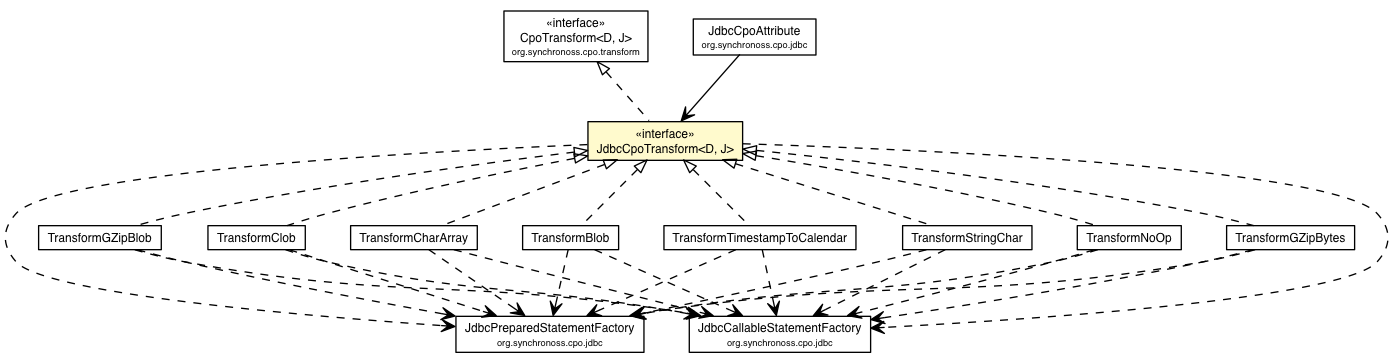
Before: site/apidocs/org/synchronoss/cpo/transform/jdbc/JdbcCpoTransform.png, a diagram exported from Graphviz (synchronoss/cpo-api). Its source is kept beside it as site/apidocs/org/synchronoss/cpo/transform/jdbc/JdbcCpoTransform.dot.
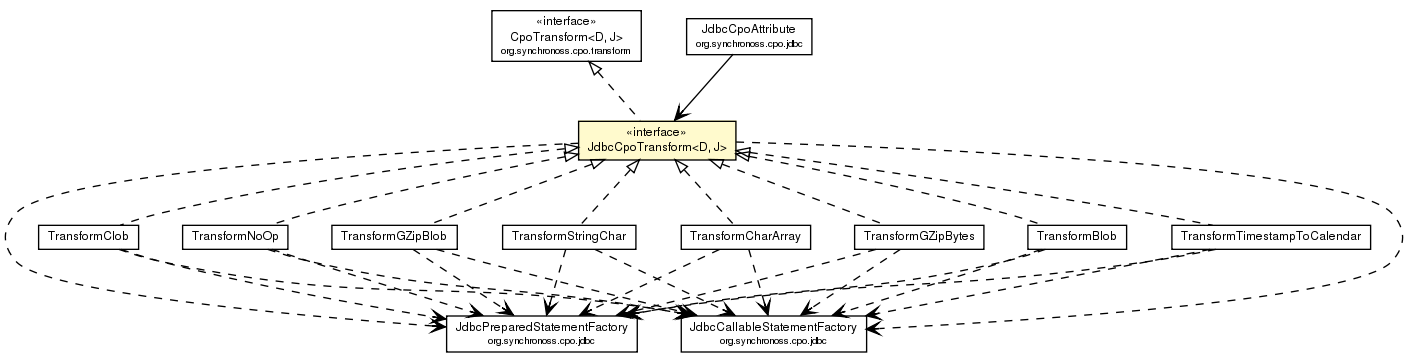
Above is the later version.

What changed in the source:
```diff
@@ -2,103 +2,103 @@
 digraph G {
 	edge [fontname="Helvetica",fontsize=10,labelfontname="Helvetica",labelfontsize=10];
 	node [fontname="Helvetica",fontsize=10,shape=plaintext];
-	c39683 [label=<<table border="0" cellborder="1" cellspacing="0" cellpadding="2" port="p" href="../CpoTransform.html">
+	c34113 [label=<<table border="0" cellborder="1" cellspacing="0" cellpadding="2" port="p" href="../CpoTransform.html">
 		<tr><td><table border="0" cellspacing="0" cellpadding="1">
 			<tr><td> &laquo;interface&raquo; </td></tr>
 			<tr><td> CpoTransform&lt;D, J&gt; </td></tr>
 			<tr><td><font point-size="7.0"> org.synchronoss.cpo.transform </font></td></tr>
 		</table></td></tr>
 		</table>>, fontname="Helvetica", fontcolor="black", fontsize=9.0];
-	c39737 [label=<<table border="0" cellborder="1" cellspacing="0" cellpadding="2" port="p" href="../../jdbc/JdbcPreparedStatementFactory.html">
+	c34173 [label=<<table border="0" cellborder="1" cellspacing="0" cellpadding="2" port="p" href="./TransformCharArray.html">
+		<tr><td><table border="0" cellspacing="0" cellpadding="1">
+			<tr><td> TransformCharArray </td></tr>
+		</table></td></tr>
+		</table>>, fontname="Helvetica", fontcolor="black", fontsize=9.0];
+	c34174 [label=<<table border="0" cellborder="1" cellspacing="0" cellpadding="2" port="p" href="./TransformGZipBytes.html">
+		<tr><td><table border="0" cellspacing="0" cellpadding="1">
+			<tr><td> TransformGZipBytes </td></tr>
+		</table></td></tr>
+		</table>>, fontname="Helvetica", fontcolor="black", fontsize=9.0];
+	c34175 [label=<<table border="0" cellborder="1" cellspacing="0" cellpadding="2" port="p" bgcolor="lemonChiffon" href="./JdbcCpoTransform.html">
+		<tr><td><table border="0" cellspacing="0" cellpadding="1">
+			<tr><td> &laquo;interface&raquo; </td></tr>
+			<tr><td> JdbcCpoTransform&lt;D, J&gt; </td></tr>
+		</table></td></tr>
+		</table>>, fontname="Helvetica", fontcolor="black", fontsize=9.0];
+	c34176 [label=<<table border="0" cellborder="1" cellspacing="0" cellpadding="2" port="p" href="./TransformBlob.html">
+		<tr><td><table border="0" cellspacing="0" cellpadding="1">
+			<tr><td> TransformBlob </td></tr>
+		</table></td></tr>
+		</table>>, fontname="Helvetica", fontcolor="black", fontsize=9.0];
+	c34177 [label=<<table border="0" cellborder="1" cellspacing="0" cellpadding="2" port="p" href="./TransformTimestampToCalendar.html">
+		<tr><td><table border="0" cellspacing="0" cellpadding="1">
+			<tr><td> TransformTimestampToCalendar </td></tr>
+		</table></td></tr>
+		</table>>, fontname="Helvetica", fontcolor="black", fontsize=9.0];
+	c34178 [label=<<table border="0" cellborder="1" cellspacing="0" cellpadding="2" port="p" href="./TransformClob.html">
+		<tr><td><table border="0" cellspacing="0" cellpadding="1">
+			<tr><td> TransformClob </td></tr>
+		</table></td></tr>
+		</table>>, fontname="Helvetica", fontcolor="black", fontsize=9.0];
+	c34179 [label=<<table border="0" cellborder="1" cellspacing="0" cellpadding="2" port="p" href="./TransformNoOp.html">
+		<tr><td><table border="0" cellspacing="0" cellpadding="1">
+			<tr><td> TransformNoOp </td></tr>
+		</table></td></tr>
+		</table>>, fontname="Helvetica", fontcolor="black", fontsize=9.0];
+	c34180 [label=<<table border="0" cellborder="1" cellspacing="0" cellpadding="2" port="p" href="./TransformGZipBlob.html">
+		<tr><td><table border="0" cellspacing="0" cellpadding="1">
+			<tr><td> TransformGZipBlob </td></tr>
+		</table></td></tr>
+		</table>>, fontname="Helvetica", fontcolor="black", fontsize=9.0];
+	c34181 [label=<<table border="0" cellborder="1" cellspacing="0" cellpadding="2" port="p" href="./TransformStringChar.html">
+		<tr><td><table border="0" cellspacing="0" cellpadding="1">
+			<tr><td> TransformStringChar </td></tr>
+		</table></td></tr>
+		</table>>, fontname="Helvetica", fontcolor="black", fontsize=9.0];
+	c34188 [label=<<table border="0" cellborder="1" cellspacing="0" cellpadding="2" port="p" href="../../jdbc/JdbcPreparedStatementFactory.html">
 		<tr><td><table border="0" cellspacing="0" cellpadding="1">
 			<tr><td> JdbcPreparedStatementFactory </td></tr>
 			<tr><td><font point-size="7.0"> org.synchronoss.cpo.jdbc </font></td></tr>
 		</table></td></tr>
 		</table>>, fontname="Helvetica", fontcolor="black", fontsize=9.0];
-	c39741 [label=<<table border="0" cellborder="1" cellspacing="0" cellpadding="2" port="p" href="../../jdbc/JdbcCpoAttribute.html">
+	c34194 [label=<<table border="0" cellborder="1" cellspacing="0" cellpadding="2" port="p" href="../../jdbc/JdbcCallableStatementFactory.html">
+		<tr><td><table border="0" cellspacing="0" cellpadding="1">
+			<tr><td> JdbcCallableStatementFactory </td></tr>
+			<tr><td><font point-size="7.0"> org.synchronoss.cpo.jdbc </font></td></tr>
+		</table></td></tr>
+		</table>>, fontname="Helvetica", fontcolor="black", fontsize=9.0];
+	c34195 [label=<<table border="0" cellborder="1" cellspacing="0" cellpadding="2" port="p" href="../../jdbc/JdbcCpoAttribute.html">
 		<tr><td><table border="0" cellspacing="0" cellpadding="1">
 			<tr><td> JdbcCpoAttribute </td></tr>
 			<tr><td><font point-size="7.0"> org.synchronoss.cpo.jdbc </font></td></tr>
 		</table></td></tr>
 		</table>>, fontname="Helvetica", fontcolor="black", fontsize=9.0];
-	c39744 [label=<<table border="0" cellborder="1" cellspacing="0" cellpadding="2" port="p" href="../../jdbc/JdbcCallableStatementFactory.html">
-		<tr><td><table border="0" cellspacing="0" cellpadding="1">
-			<tr><td> JdbcCallableStatementFactory </td></tr>
-			<tr><td><font point-size="7.0"> org.synchronoss.cpo.jdbc </font></td></tr>
-		</table></td></tr>
-		</table>>, fontname="Helvetica", fontcolor="black", fontsize=9.0];
-	c39756 [label=<<table border="0" cellborder="1" cellspacing="0" cellpadding="2" port="p" href="./TransformTimestampToCalendar.html">
-		<tr><td><table border="0" cellspacing="0" cellpadding="1">
-			<tr><td> TransformTimestampToCalendar </td></tr>
-		</table></td></tr>
-		</table>>, fontname="Helvetica", fontcolor="black", fontsize=9.0];
-	c39757 [label=<<table border="0" cellborder="1" cellspacing="0" cellpadding="2" port="p" href="./TransformStringChar.html">
-		<tr><td><table border="0" cellspacing="0" cellpadding="1">
-			<tr><td> TransformStringChar </td></tr>
-		</table></td></tr>
-		</table>>, fontname="Helvetica", fontcolor="black", fontsize=9.0];
-	c39758 [label=<<table border="0" cellborder="1" cellspacing="0" cellpadding="2" port="p" href="./TransformNoOp.html">
-		<tr><td><table border="0" cellspacing="0" cellpadding="1">
-			<tr><td> TransformNoOp </td></tr>
-		</table></td></tr>
-		</table>>, fontname="Helvetica", fontcolor="black", fontsize=9.0];
-	c39759 [label=<<table border="0" cellborder="1" cellspacing="0" cellpadding="2" port="p" href="./TransformGZipBytes.html">
-		<tr><td><table border="0" cellspacing="0" cellpadding="1">
-			<tr><td> TransformGZipBytes </td></tr>
-		</table></td></tr>
-		</table>>, fontname="Helvetica", fontcolor="black", fontsize=9.0];
-	c39760 [label=<<table border="0" cellborder="1" cellspacing="0" cellpadding="2" port="p" href="./TransformGZipBlob.html">
-		<tr><td><table border="0" cellspacing="0" cellpadding="1">
-			<tr><td> TransformGZipBlob </td></tr>
-		</table></td></tr>
-		</table>>, fontname="Helvetica", fontcolor="black", fontsize=9.0];
-	c39761 [label=<<table border="0" cellborder="1" cellspacing="0" cellpadding="2" port="p" href="./TransformClob.html">
-		<tr><td><table border="0" cellspacing="0" cellpadding="1">
-			<tr><td> TransformClob </td></tr>
-		</table></td></tr>
-		</table>>, fontname="Helvetica", fontcolor="black", fontsize=9.0];
-	c39762 [label=<<table border="0" cellborder="1" cellspacing="0" cellpadding="2" port="p" href="./TransformCharArray.html">
-		<tr><td><table border="0" cellspacing="0" cellpadding="1">
-			<tr><td> TransformCharArray </td></tr>
-		</table></td></tr>
-		</table>>, fontname="Helvetica", fontcolor="black", fontsize=9.0];
-	c39763 [label=<<table border="0" cellborder="1" cellspacing="0" cellpadding="2" port="p" href="./TransformBlob.html">
-		<tr><td><table border="0" cellspacing="0" cellpadding="1">
-			<tr><td> TransformBlob </td></tr>
-		</table></td></tr>
-		</table>>, fontname="Helvetica", fontcolor="black", fontsize=9.0];
-	c39766 [label=<<table border="0" cellborder="1" cellspacing="0" cellpadding="2" port="p" bgcolor="lemonChiffon" href="./JdbcCpoTransform.html">
-		<tr><td><table border="0" cellspacing="0" cellpadding="1">
-			<tr><td> &laquo;interface&raquo; </td></tr>
-			<tr><td> JdbcCpoTransform&lt;D, J&gt; </td></tr>
-		</table></td></tr>
-		</table>>, fontname="Helvetica", fontcolor="black", fontsize=9.0];
-	c39766:p -> c39756:p [dir=back,arrowtail=empty,style=dashed];
-	c39766:p -> c39757:p [dir=back,arrowtail=empty,style=dashed];
-	c39766:p -> c39758:p [dir=back,arrowtail=empty,style=dashed];
-	c39766:p -> c39759:p [dir=back,arrowtail=empty,style=dashed];
-	c39766:p -> c39760:p [dir=back,arrowtail=empty,style=dashed];
-	c39766:p -> c39761:p [dir=back,arrowtail=empty,style=dashed];
-	c39766:p -> c39762:p [dir=back,arrowtail=empty,style=dashed];
-	c39766:p -> c39763:p [dir=back,arrowtail=empty,style=dashed];
-	c39683:p -> c39766:p [dir=back,arrowtail=empty,style=dashed];
-	c39741:p -> c39766:p [taillabel="", label="", headlabel="", fontname="Helvetica", fontcolor="black", fontsize=10.0, color="black", arrowhead=open];
-	c39756:p -> c39744:p [taillabel="", label="", headlabel="", fontname="Helvetica", fontcolor="black", fontsize=10.0, color="black", arrowhead=open, style=dashed];
-	c39756:p -> c39737:p [taillabel="", label="", headlabel="", fontname="Helvetica", fontcolor="black", fontsize=10.0, color="black", arrowhead=open, style=dashed];
-	c39757:p -> c39744:p [taillabel="", label="", headlabel="", fontname="Helvetica", fontcolor="black", fontsize=10.0, color="black", arrowhead=open, style=dashed];
-	c39757:p -> c39737:p [taillabel="", label="", headlabel="", fontname="Helvetica", fontcolor="black", fontsize=10.0, color="black", arrowhead=open, style=dashed];
-	c39758:p -> c39744:p [taillabel="", label="", headlabel="", fontname="Helvetica", fontcolor="black", fontsize=10.0, color="black", arrowhead=open, style=dashed];
-	c39758:p -> c39737:p [taillabel="", label="", headlabel="", fontname="Helvetica", fontcolor="black", fontsize=10.0, color="black", arrowhead=open, style=dashed];
-	c39759:p -> c39744:p [taillabel="", label="", headlabel="", fontname="Helvetica", fontcolor="black", fontsize=10.0, color="black", arrowhead=open, style=dashed];
-	c39759:p -> c39737:p [taillabel="", label="", headlabel="", fontname="Helvetica", fontcolor="black", fontsize=10.0, color="black", arrowhead=open, style=dashed];
-	c39760:p -> c39744:p [taillabel="", label="", headlabel="", fontname="Helvetica", fontcolor="black", fontsize=10.0, color="black", arrowhead=open, style=dashed];
-	c39760:p -> c39737:p [taillabel="", label="", headlabel="", fontname="Helvetica", fontcolor="black", fontsize=10.0, color="black", arrowhead=open, style=dashed];
-	c39761:p -> c39744:p [taillabel="", label="", headlabel="", fontname="Helvetica", fontcolor="black", fontsize=10.0, color="black", arrowhead=open, style=dashed];
-	c39761:p -> c39737:p [taillabel="", label="", headlabel="", fontname="Helvetica", fontcolor="black", fontsize=10.0, color="black", arrowhead=open, style=dashed];
-	c39762:p -> c39744:p [taillabel="", label="", headlabel="", fontname="Helvetica", fontcolor="black", fontsize=10.0, color="black", arrowhead=open, style=dashed];
-	c39762:p -> c39737:p [taillabel="", label="", headlabel="", fontname="Helvetica", fontcolor="black", fontsize=10.0, color="black", arrowhead=open, style=dashed];
-	c39763:p -> c39744:p [taillabel="", label="", headlabel="", fontname="Helvetica", fontcolor="black", fontsize=10.0, color="black", arrowhead=open, style=dashed];
-	c39763:p -> c39737:p [taillabel="", label="", headlabel="", fontname="Helvetica", fontcolor="black", fontsize=10.0, color="black", arrowhead=open, style=dashed];
-	c39766:p -> c39744:p [taillabel="", label="", headlabel="", fontname="Helvetica", fontcolor="black", fontsize=10.0, color="black", arrowhead=open, style=dashed];
-	c39766:p -> c39737:p [taillabel="", label="", headlabel="", fontname="Helvetica", fontcolor="black", fontsize=10.0, color="black", arrowhead=open, style=dashed];
+	c34175:p -> c34173:p [dir=back,arrowtail=empty,style=dashed];
+	c34175:p -> c34174:p [dir=back,arrowtail=empty,style=dashed];
+	c34113:p -> c34175:p [dir=back,arrowtail=empty,style=dashed];
+	c34175:p -> c34176:p [dir=back,arrowtail=empty,style=dashed];
+	c34175:p -> c34177:p [dir=back,arrowtail=empty,style=dashed];
+	c34175:p -> c34178:p [dir=back,arrowtail=empty,style=dashed];
+	c34175:p -> c34179:p [dir=back,arrowtail=empty,style=dashed];
+	c34175:p -> c34180:p [dir=back,arrowtail=empty,style=dashed];
+	c34175:p -> c34181:p [dir=back,arrowtail=empty,style=dashed];
+	c34195:p -> c34175:p [taillabel="", label="", headlabel="", fontname="Helvetica", fontcolor="black", fontsize=10.0, color="black", arrowhead=open];
+	c34173:p -> c34188:p [taillabel="", label="", headlabel="", fontname="Helvetica", fontcolor="black", fontsize=10.0, color="black", arrowhead=open, style=dashed];
+	c34173:p -> c34194:p [taillabel="", label="", headlabel="", fontname="Helvetica", fontcolor="black", fontsize=10.0, color="black", arrowhead=open, style=dashed];
+	c34174:p -> c34188:p [taillabel="", label="", headlabel="", fontname="Helvetica", fontcolor="black", fontsize=10.0, color="black", arrowhead=open, style=dashed];
+	c34174:p -> c34194:p [taillabel="", label="", headlabel="", fontname="Helvetica", fontcolor="black", fontsize=10.0, color="black", arrowhead=open, style=dashed];
+	c34175:p -> c34188:p [taillabel="", label="", headlabel="", fontname="Helvetica", fontcolor="black", fontsize=10.0, color="black", arrowhead=open, style=dashed];
+	c34175:p -> c34194:p [taillabel="", label="", headlabel="", fontname="Helvetica", fontcolor="black", fontsize=10.0, color="black", arrowhead=open, style=dashed];
+	c34176:p -> c34188:p [taillabel="", label="", headlabel="", fontname="Helvetica", fontcolor="black", fontsize=10.0, color="black", arrowhead=open, style=dashed];
+	c34176:p -> c34194:p [taillabel="", label="", headlabel="", fontname="Helvetica", fontcolor="black", fontsize=10.0, color="black", arrowhead=open, style=dashed];
+	c34177:p -> c34188:p [taillabel="", label="", headlabel="", fontname="Helvetica", fontcolor="black", fontsize=10.0, color="black", arrowhead=open, style=dashed];
+	c34177:p -> c34194:p [taillabel="", label="", headlabel="", fontname="Helvetica", fontcolor="black", fontsize=10.0, color="black", arrowhead=open, style=dashed];
+	c34178:p -> c34188:p [taillabel="", label="", headlabel="", fontname="Helvetica", fontcolor="black", fontsize=10.0, color="black", arrowhead=open, style=dashed];
+	c34178:p -> c34194:p [taillabel="", label="", headlabel="", fontname="Helvetica", fontcolor="black", fontsize=10.0, color="black", arrowhead=open, style=dashed];
+	c34179:p -> c34188:p [taillabel="", label="", headlabel="", fontname="Helvetica", fontcolor="black", fontsize=10.0, color="black", arrowhead=open, style=dashed];
+	c34179:p -> c34194:p [taillabel="", label="", headlabel="", fontname="Helvetica", fontcolor="black", fontsize=10.0, color="black", arrowhead=open, style=dashed];
+	c34180:p -> c34188:p [taillabel="", label="", headlabel="", fontname="Helvetica", fontcolor="black", fontsize=10.0, color="black", arrowhead=open, style=dashed];
+	c34180:p -> c34194:p [taillabel="", label="", headlabel="", fontname="Helvetica", fontcolor="black", fontsize=10.0, color="black", arrowhead=open, style=dashed];
+	c34181:p -> c34188:p [taillabel="", label="", headlabel="", fontname="Helvetica", fontcolor="black", fontsize=10.0, color="black", arrowhead=open, style=dashed];
+	c34181:p -> c34194:p [taillabel="", label="", headlabel="", fontname="Helvetica", fontcolor="black", fontsize=10.0, color="black", arrowhead=open, style=dashed];
 }
```
